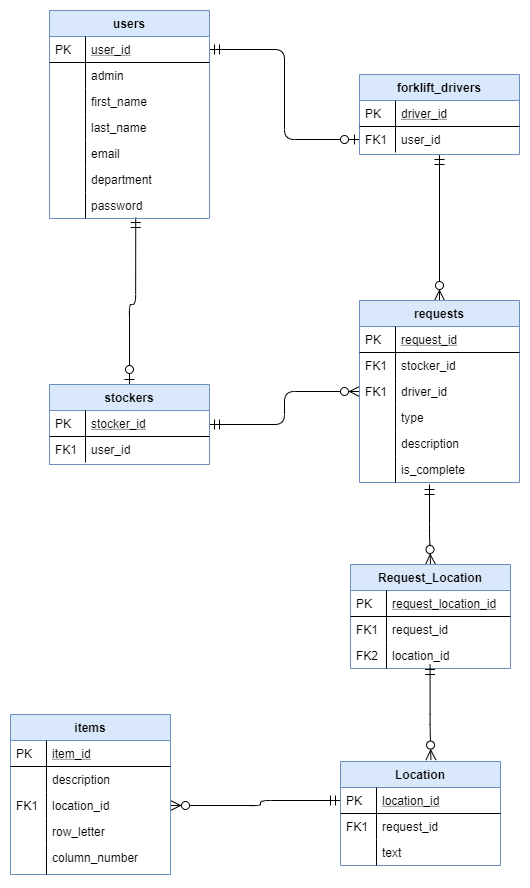
This is MyDropList ERD.png from treyarte/capstone-one, a draw.io export, as it was before one commit. Source tidied: cells renumbered, new cells last; positions are measured from the earlier drawing's top-left corner, leaving out a move shared by most shapes.
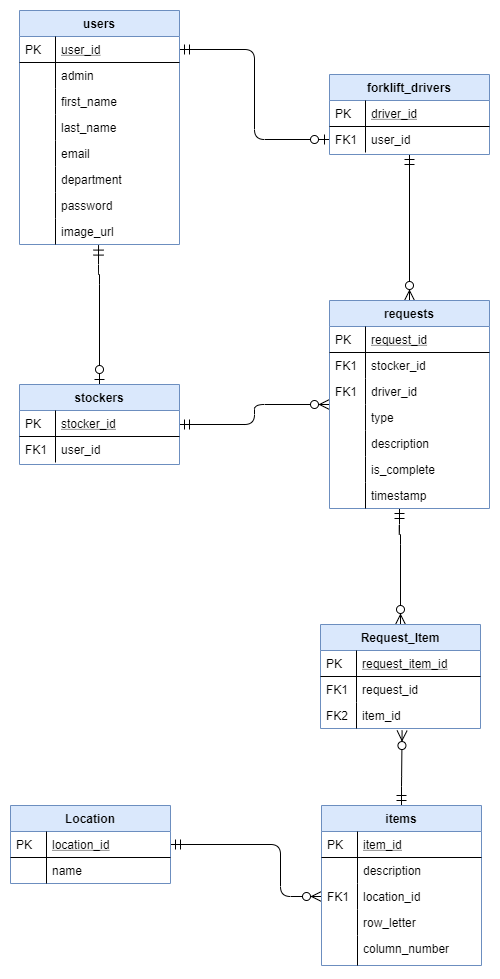
The same diagram one commit later.

Commit message:
add ui mockups and update erd

The edit, as a diff of the source:
```diff
@@ -8,20 +8,18 @@
     <mxCell id="3" style="edgeStyle=orthogonalEdgeStyle;endArrow=ERzeroToMany;startArrow=ERmandOne;shadow=0;strokeWidth=1;endSize=8;startSize=8;" parent="1" edge="1" source="7" target="12">
       <mxGeometry relative="1" as="geometry" />
     </mxCell>
-    <mxCell id="4" style="edgeStyle=orthogonalEdgeStyle;endArrow=ERzeroToOne;startArrow=ERmandOne;shadow=0;strokeWidth=1;endSize=8;startSize=8;entryX=0.5;entryY=0;entryDx=0;entryDy=0;endFill=1;exitX=0.539;exitY=0.962;exitDx=0;exitDy=0;exitPerimeter=0;" parent="1" edge="1" source="39" target="41">
+    <mxCell id="4" style="edgeStyle=orthogonalEdgeStyle;endArrow=ERzeroToOne;startArrow=ERmandOne;shadow=0;strokeWidth=1;endSize=8;startSize=8;entryX=0.5;entryY=0;entryDx=0;entryDy=0;endFill=1;exitX=0.494;exitY=1.023;exitDx=0;exitDy=0;exitPerimeter=0;" parent="1" edge="1" source="74" target="41">
       <mxGeometry relative="1" as="geometry">
         <Array as="points">
-          <mxPoint x="125" y="294" />
-          <mxPoint x="119" y="294" />
+          <mxPoint x="119" y="264" />
         </Array>
       </mxGeometry>
     </mxCell>
     <mxCell id="5" style="edgeStyle=orthogonalEdgeStyle;endArrow=ERzeroToMany;startArrow=ERmandOne;shadow=0;strokeWidth=1;endSize=8;startSize=8;" parent="1" edge="1" source="41" target="12">
       <mxGeometry relative="1" as="geometry" />
     </mxCell>
-    <mxCell id="6" style="edgeStyle=orthogonalEdgeStyle;endArrow=ERzeroToMany;startArrow=ERmandOne;shadow=0;strokeWidth=1;endSize=8;startSize=8;entryX=0.5;entryY=0;entryDx=0;entryDy=0;" parent="1" edge="1" target="64">
+    <mxCell id="6" style="edgeStyle=orthogonalEdgeStyle;endArrow=ERzeroToMany;startArrow=ERmandOne;shadow=0;strokeWidth=1;endSize=8;startSize=8;entryX=0.5;entryY=0;entryDx=0;entryDy=0;" parent="1" edge="1" source="12" target="64">
       <mxGeometry relative="1" as="geometry">
-        <mxPoint x="419" y="474" as="sourcePoint" />
         <Array as="points">
           <mxPoint x="419" y="524" />
           <mxPoint x="420" y="524" />
@@ -44,7 +42,7 @@
       <mxGeometry width="36" height="26" as="geometry" />
     </mxCell>
     <mxCell id="12" value="requests" style="swimlane;fontStyle=1;horizontal=1;startSize=26;rounded=0;shadow=0;strokeWidth=1;fillColor=#dae8fc;strokeColor=#6c8ebf;" parent="1" vertex="1">
-      <mxGeometry x="349" y="290" width="160" height="182" as="geometry" />
+      <mxGeometry x="349" y="290" width="160" height="208" as="geometry" />
     </mxCell>
     <mxCell id="13" value="request_id" style="shape=partialRectangle;top=0;left=0;right=0;bottom=1;align=left;verticalAlign=top;fillColor=none;spacingLeft=40;spacingRight=4;overflow=hidden;rounded=0;shadow=0;strokeWidth=1;fontStyle=4;" parent="12" vertex="1">
       <mxGeometry y="26" width="160" height="26" as="geometry" />
@@ -82,16 +80,22 @@
     <mxCell id="24" style="shape=partialRectangle;top=0;left=0;bottom=0;fillColor=none;align=left;verticalAlign=top;spacingLeft=4;spacingRight=4;overflow=hidden;" parent="23" vertex="1">
       <mxGeometry width="36" height="26" as="geometry" />
     </mxCell>
+    <mxCell id="72" value="timestamp" style="shape=partialRectangle;top=0;left=0;right=0;bottom=0;align=left;verticalAlign=top;fillColor=none;spacingLeft=40;spacingRight=4;overflow=hidden;rounded=0;shadow=0;strokeWidth=1;" parent="12" vertex="1">
+      <mxGeometry y="182" width="160" height="26" as="geometry" />
+    </mxCell>
+    <mxCell id="73" style="shape=partialRectangle;top=0;left=0;bottom=0;fillColor=none;align=left;verticalAlign=top;spacingLeft=4;spacingRight=4;overflow=hidden;" parent="72" vertex="1">
+      <mxGeometry width="36" height="26" as="geometry" />
+    </mxCell>
-    <mxCell id="25" style="edgeStyle=orthogonalEdgeStyle;endArrow=ERzeroToMany;startArrow=ERmandOne;shadow=0;strokeWidth=1;endSize=8;startSize=8;entryX=1;entryY=0.5;entryDx=0;entryDy=0;exitX=0;exitY=0.5;exitDx=0;exitDy=0;" parent="1" edge="1" source="58" target="51">
+    <mxCell id="25" style="edgeStyle=orthogonalEdgeStyle;endArrow=ERzeroToMany;startArrow=ERmandOne;shadow=0;strokeWidth=1;endSize=8;startSize=8;exitX=1;exitY=0.5;exitDx=0;exitDy=0;entryX=0;entryY=0.5;entryDx=0;entryDy=0;" parent="1" edge="1" source="58" target="51">
       <mxGeometry relative="1" as="geometry">
         <Array as="points">
-          <mxPoint x="250" y="790" />
-          <mxPoint x="250" y="795" />
+          <mxPoint x="300" y="834" />
+          <mxPoint x="300" y="886" />
         </Array>
       </mxGeometry>
     </mxCell>
     <mxCell id="26" value="users" style="swimlane;fontStyle=1;horizontal=1;startSize=26;rounded=0;shadow=0;strokeWidth=1;fillColor=#dae8fc;strokeColor=#6c8ebf;" parent="1" vertex="1">
-      <mxGeometry x="39" width="160" height="208" as="geometry" />
+      <mxGeometry x="39" width="160" height="234" as="geometry" />
     </mxCell>
     <mxCell id="27" value="user_id" style="shape=partialRectangle;top=0;left=0;right=0;bottom=1;align=left;verticalAlign=top;fillColor=none;spacingLeft=40;spacingRight=4;overflow=hidden;points=[[0,0.5],[1,0.5]];portConstraint=eastwest;rounded=0;shadow=0;strokeWidth=1;fontStyle=4;" parent="26" vertex="1">
       <mxGeometry y="26" width="160" height="26" as="geometry" />
@@ -135,6 +139,12 @@
     <mxCell id="40" style="shape=partialRectangle;top=0;left=0;bottom=0;fillColor=none;align=left;verticalAlign=top;spacingLeft=4;spacingRight=4;overflow=hidden;" parent="39" vertex="1">
       <mxGeometry width="36" height="26" as="geometry" />
     </mxCell>
+    <mxCell id="74" value="image_url" style="shape=partialRectangle;top=0;left=0;right=0;bottom=0;align=left;verticalAlign=top;fillColor=none;spacingLeft=40;spacingRight=4;overflow=hidden;points=[[0,0.5],[1,0.5]];portConstraint=eastwest;rounded=0;shadow=0;strokeWidth=1;" parent="26" vertex="1">
+      <mxGeometry y="208" width="160" height="26" as="geometry" />
+    </mxCell>
+    <mxCell id="75" style="shape=partialRectangle;top=0;left=0;bottom=0;fillColor=none;align=left;verticalAlign=top;spacingLeft=4;spacingRight=4;overflow=hidden;" parent="74" vertex="1">
+      <mxGeometry width="36" height="26" as="geometry" />
+    </mxCell>
     <mxCell id="41" value="stockers" style="swimlane;fontStyle=1;horizontal=1;startSize=26;rounded=0;shadow=0;strokeWidth=1;fillColor=#dae8fc;strokeColor=#6c8ebf;" parent="1" vertex="1">
       <mxGeometry x="39" y="374" width="160" height="80" as="geometry" />
     </mxCell>
@@ -150,8 +160,15 @@
     <mxCell id="45" value="FK1" style="shape=partialRectangle;top=0;left=0;bottom=0;fillColor=none;align=left;verticalAlign=top;spacingLeft=4;spacingRight=4;overflow=hidden;" parent="44" vertex="1">
       <mxGeometry width="36" height="26" as="geometry" />
     </mxCell>
+    <mxCell id="71" style="edgeStyle=orthogonalEdgeStyle;endArrow=ERzeroToMany;startArrow=ERmandOne;shadow=0;strokeWidth=1;endSize=8;startSize=8;entryX=0.51;entryY=1.079;entryDx=0;entryDy=0;entryPerimeter=0;exitX=0.5;exitY=0;exitDx=0;exitDy=0;" parent="1" edge="1" source="46" target="69">
+      <mxGeometry relative="1" as="geometry">
+        <Array as="points">
+          <mxPoint x="422" y="776" />
+        </Array>
+      </mxGeometry>
+    </mxCell>
     <mxCell id="46" value="items" style="swimlane;fontStyle=1;horizontal=1;startSize=26;rounded=0;shadow=0;strokeWidth=1;fillColor=#dae8fc;strokeColor=#6c8ebf;" parent="1" vertex="1">
-      <mxGeometry y="704" width="160" height="160" as="geometry" />
+      <mxGeometry x="341" y="795" width="160" height="160" as="geometry" />
     </mxCell>
     <mxCell id="47" value="item_id" style="shape=partialRectangle;top=0;left=0;right=0;bottom=1;align=left;verticalAlign=top;fillColor=none;spacingLeft=40;spacingRight=4;overflow=hidden;rounded=0;shadow=0;strokeWidth=1;fontStyle=4;" parent="46" vertex="1">
       <mxGeometry y="26" width="160" height="26" as="geometry" />
@@ -184,7 +201,7 @@
       <mxGeometry width="36" height="30" as="geometry" />
     </mxCell>
     <mxCell id="57" value="Location" style="swimlane;fontStyle=1;horizontal=1;startSize=26;rounded=0;shadow=0;strokeWidth=1;fillColor=#dae8fc;strokeColor=#6c8ebf;" parent="1" vertex="1">
-      <mxGeometry x="330" y="751" width="160" height="104" as="geometry" />
+      <mxGeometry x="30" y="795" width="160" height="78" as="geometry" />
     </mxCell>
     <mxCell id="58" value="location_id" style="shape=partialRectangle;top=0;left=0;right=0;bottom=1;align=left;verticalAlign=top;fillColor=none;spacingLeft=40;spacingRight=4;overflow=hidden;points=[[0,0.5],[1,0.5]];portConstraint=eastwest;rounded=0;shadow=0;strokeWidth=1;fontStyle=4;" parent="57" vertex="1">
       <mxGeometry y="26" width="160" height="26" as="geometry" />
@@ -192,22 +209,16 @@
     <mxCell id="59" value="PK" style="shape=partialRectangle;top=0;left=0;bottom=0;fillColor=none;align=left;verticalAlign=top;spacingLeft=4;spacingRight=4;overflow=hidden;" parent="58" vertex="1">
       <mxGeometry width="36" height="26" as="geometry" />
     </mxCell>
-    <mxCell id="60" value="request_id" style="shape=partialRectangle;top=0;left=0;right=0;bottom=0;align=left;verticalAlign=top;fillColor=none;spacingLeft=40;spacingRight=4;overflow=hidden;rounded=0;shadow=0;strokeWidth=1;" parent="57" vertex="1">
-      <mxGeometry y="52" width="160" height="26" as="geometry" />
-    </mxCell>
-    <mxCell id="61" value="FK1" style="shape=partialRectangle;top=0;left=0;bottom=0;fillColor=none;align=left;verticalAlign=top;spacingLeft=4;spacingRight=4;overflow=hidden;" parent="60" vertex="1">
-      <mxGeometry width="36" height="26" as="geometry" />
-    </mxCell>
-    <mxCell id="62" value="text" style="shape=partialRectangle;top=0;left=0;right=0;bottom=0;align=left;verticalAlign=top;fillColor=none;spacingLeft=40;spacingRight=4;overflow=hidden;rounded=0;shadow=0;strokeWidth=1;" parent="57" vertex="1">
-      <mxGeometry y="78" width="160" height="26" as="geometry" />
+    <mxCell id="62" value="name" style="shape=partialRectangle;top=0;left=0;right=0;bottom=0;align=left;verticalAlign=top;fillColor=none;spacingLeft=40;spacingRight=4;overflow=hidden;rounded=0;shadow=0;strokeWidth=1;" parent="57" vertex="1">
+      <mxGeometry y="52" width="160" height="26" as="geometry" />
     </mxCell>
     <mxCell id="63" style="shape=partialRectangle;top=0;left=0;bottom=0;fillColor=none;align=left;verticalAlign=top;spacingLeft=4;spacingRight=4;overflow=hidden;" parent="62" vertex="1">
       <mxGeometry width="36" height="26" as="geometry" />
     </mxCell>
-    <mxCell id="64" value="Request_Location" style="swimlane;fontStyle=1;horizontal=1;startSize=26;rounded=0;shadow=0;strokeWidth=1;fillColor=#dae8fc;strokeColor=#6c8ebf;" parent="1" vertex="1">
-      <mxGeometry x="340" y="554" width="160" height="104" as="geometry" />
+    <mxCell id="64" value="Request_Item" style="swimlane;fontStyle=1;horizontal=1;startSize=26;rounded=0;shadow=0;strokeWidth=1;fillColor=#dae8fc;strokeColor=#6c8ebf;" parent="1" vertex="1">
+      <mxGeometry x="340" y="614" width="160" height="104" as="geometry" />
     </mxCell>
-    <mxCell id="65" value="request_location_id" style="shape=partialRectangle;top=0;left=0;right=0;bottom=1;align=left;verticalAlign=top;fillColor=none;spacingLeft=40;spacingRight=4;overflow=hidden;rounded=0;shadow=0;strokeWidth=1;fontStyle=4;" parent="64" vertex="1">
+    <mxCell id="65" value="request_item_id" style="shape=partialRectangle;top=0;left=0;right=0;bottom=1;align=left;verticalAlign=top;fillColor=none;spacingLeft=40;spacingRight=4;overflow=hidden;rounded=0;shadow=0;strokeWidth=1;fontStyle=4;" parent="64" vertex="1">
       <mxGeometry y="26" width="160" height="26" as="geometry" />
     </mxCell>
     <mxCell id="66" value="PK" style="shape=partialRectangle;top=0;left=0;bottom=0;fillColor=none;align=left;verticalAlign=top;spacingLeft=4;spacingRight=4;overflow=hidden;" parent="65" vertex="1">
@@ -219,20 +230,11 @@
     <mxCell id="68" value="FK1" style="shape=partialRectangle;top=0;left=0;bottom=0;fillColor=none;align=left;verticalAlign=top;spacingLeft=4;spacingRight=4;overflow=hidden;" parent="67" vertex="1">
       <mxGeometry width="36" height="26" as="geometry" />
     </mxCell>
-    <mxCell id="69" value="location_id" style="shape=partialRectangle;top=0;left=0;right=0;bottom=0;align=left;verticalAlign=top;fillColor=none;spacingLeft=40;spacingRight=4;overflow=hidden;points=[[0,0.5],[1,0.5]];portConstraint=eastwest;rounded=0;shadow=0;strokeWidth=1;" parent="64" vertex="1">
+    <mxCell id="69" value="item_id" style="shape=partialRectangle;top=0;left=0;right=0;bottom=0;align=left;verticalAlign=top;fillColor=none;spacingLeft=40;spacingRight=4;overflow=hidden;points=[[0,0.5],[1,0.5]];portConstraint=eastwest;rounded=0;shadow=0;strokeWidth=1;" parent="64" vertex="1">
       <mxGeometry y="78" width="160" height="26" as="geometry" />
     </mxCell>
     <mxCell id="70" value="FK2" style="shape=partialRectangle;top=0;left=0;bottom=0;fillColor=none;align=left;verticalAlign=top;spacingLeft=4;spacingRight=4;overflow=hidden;" parent="69" vertex="1">
       <mxGeometry width="36" height="26" as="geometry" />
     </mxCell>
-    <mxCell id="71" style="edgeStyle=orthogonalEdgeStyle;endArrow=ERzeroToMany;startArrow=ERmandOne;shadow=0;strokeWidth=1;endSize=8;startSize=8;entryX=0.565;entryY=-0.014;entryDx=0;entryDy=0;entryPerimeter=0;" parent="1" edge="1" target="57">
-      <mxGeometry relative="1" as="geometry">
-        <mxPoint x="419.6" y="654" as="sourcePoint" />
-        <Array as="points">
-          <mxPoint x="420" y="714" />
-          <mxPoint x="420" y="714" />
-        </Array>
-      </mxGeometry>
-    </mxCell>
   </root>
 </mxGraphModel>
```
